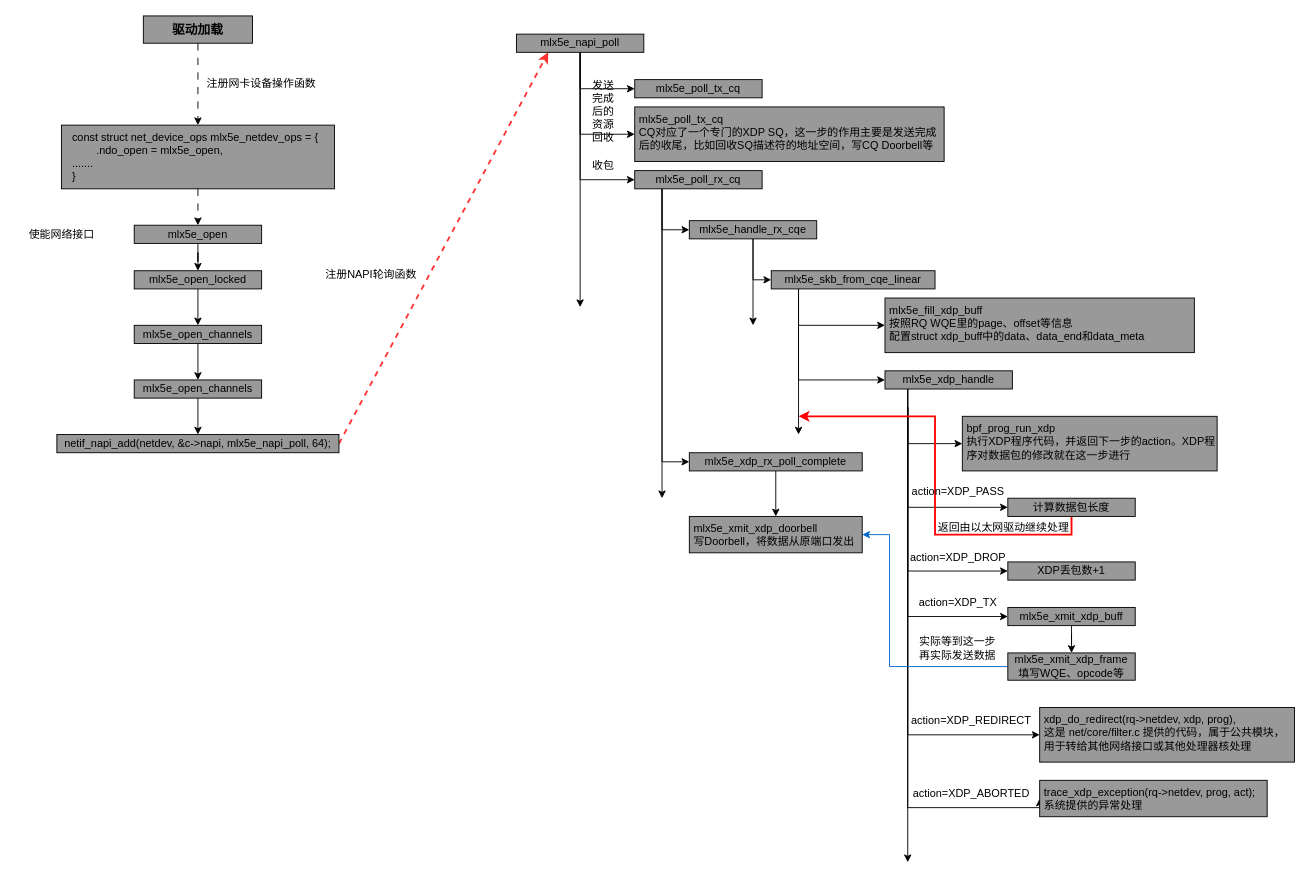
Earlier version of the draw.io diagram ebpf.drawio (wehyy/my-world). Source tidied: cells renumbered, new cells numbered last; positions are measured from the earlier drawing's top-left corner, leaving out a move shared by most shapes. Both pictures are drawn from the tidied source at 91%, with x=0, y=0 at pixel (15, 15).
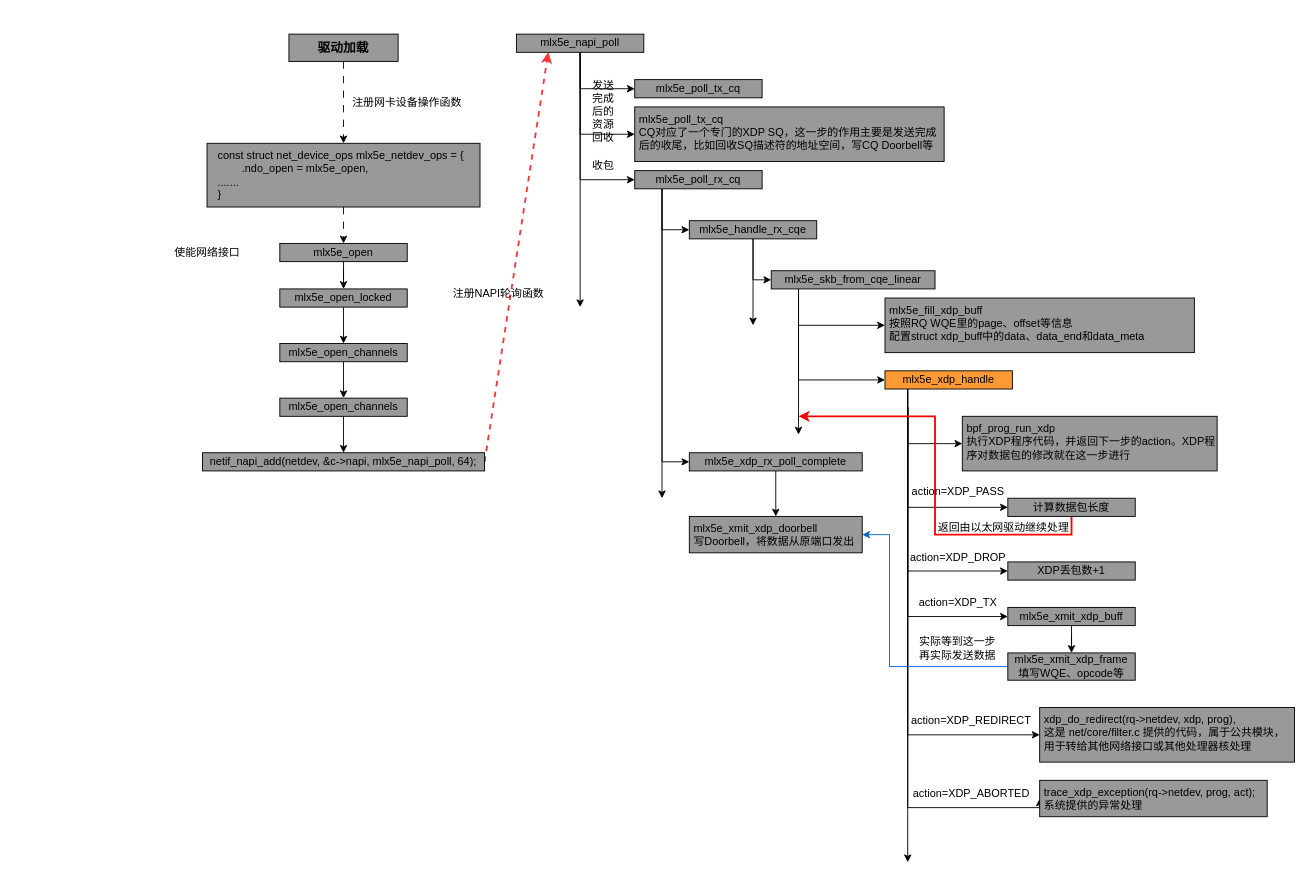
The same page after the edit.

Diff of the diagram source:
```diff
@@
     <mxCell id="3" value="&lt;font style=&quot;font-size: 14px;&quot;&gt;&lt;b&gt;驱动加载&lt;/b&gt;&lt;/font&gt;" style="rounded=0;whiteSpace=wrap;html=1;fillColor=#999999;" parent="1" vertex="1">
-      <mxGeometry x="140" width="120" height="30" as="geometry" />
+      <mxGeometry x="300" y="20" width="120" height="30" as="geometry" />
     </mxCell>
     <mxCell id="4" style="rounded=0;whiteSpace=wrap;html=1;fillColor=#999999;strokeColor=default;align=center;verticalAlign=middle;fontFamily=Helvetica;fontSize=12;fontColor=default;" parent="1" vertex="1">
-      <mxGeometry x="50" y="120" width="300" height="70" as="geometry" />
+      <mxGeometry x="210" y="140" width="300" height="70" as="geometry" />
     </mxCell>
@@
     <mxCell id="6" value="const struct net_device_ops mlx5e_netdev_ops = {&lt;div&gt;&lt;span style=&quot;white-space: pre;&quot;&gt;&#9;&lt;/span&gt;.ndo_open = mlx5e_open,&lt;/div&gt;&lt;div&gt;.......&lt;/div&gt;&lt;div&gt;}&lt;/div&gt;" style="text;html=1;align=left;verticalAlign=middle;whiteSpace=wrap;rounded=0;fontFamily=Helvetica;fontSize=12;fontColor=default;" parent="1" vertex="1">
-      <mxGeometry x="60" y="120" width="280" height="70" as="geometry" />
+      <mxGeometry x="220" y="140" width="280" height="70" as="geometry" />
     </mxCell>
     <mxCell id="7" value="注册网卡设备操作函数" style="text;strokeColor=none;align=center;fillColor=none;html=1;verticalAlign=middle;whiteSpace=wrap;rounded=0;fontFamily=Helvetica;fontSize=12;fontColor=default;" parent="1" vertex="1">
-      <mxGeometry x="200" y="60" width="140" height="30" as="geometry" />
+      <mxGeometry x="360" y="80" width="140" height="30" as="geometry" />
     </mxCell>
@@
     <mxCell id="9" value="mlx5e_open" style="rounded=0;whiteSpace=wrap;html=1;fillColor=#999999;strokeColor=default;align=center;verticalAlign=middle;fontFamily=Helvetica;fontSize=12;fontColor=default;" parent="1" vertex="1">
-      <mxGeometry x="130" y="230" width="140" height="20" as="geometry" />
+      <mxGeometry x="290" y="250" width="140" height="20" as="geometry" />
     </mxCell>
@@
     <mxCell id="11" value="mlx5e_open_locked" style="rounded=0;whiteSpace=wrap;html=1;fillColor=#999999;strokeColor=default;align=center;verticalAlign=middle;fontFamily=Helvetica;fontSize=12;fontColor=default;" parent="1" vertex="1">
-      <mxGeometry x="130" y="280" width="140" height="20" as="geometry" />
+      <mxGeometry x="290" y="300" width="140" height="20" as="geometry" />
     </mxCell>
@@
     <mxCell id="13" value="mlx5e_open_channels" style="rounded=0;whiteSpace=wrap;html=1;fillColor=#999999;strokeColor=default;align=center;verticalAlign=middle;fontFamily=Helvetica;fontSize=12;fontColor=default;" parent="1" vertex="1">
-      <mxGeometry x="130" y="340" width="140" height="20" as="geometry" />
+      <mxGeometry x="290" y="360" width="140" height="20" as="geometry" />
     </mxCell>
@@
     <mxCell id="15" value="mlx5e_open_channels" style="rounded=0;whiteSpace=wrap;html=1;fillColor=#999999;strokeColor=default;align=center;verticalAlign=middle;fontFamily=Helvetica;fontSize=12;fontColor=default;" parent="1" vertex="1">
-      <mxGeometry x="130" y="400" width="140" height="20" as="geometry" />
+      <mxGeometry x="290" y="420" width="140" height="20" as="geometry" />
     </mxCell>
@@
     <mxCell id="17" value="netif_napi_add(netdev, &amp;amp;c-&amp;gt;napi, mlx5e_napi_poll, 64);" style="rounded=0;whiteSpace=wrap;html=1;fillColor=#999999;strokeColor=default;align=center;verticalAlign=middle;fontFamily=Helvetica;fontSize=12;fontColor=default;" parent="1" vertex="1">
-      <mxGeometry x="45" y="460" width="310" height="20" as="geometry" />
+      <mxGeometry x="205" y="480" width="310" height="20" as="geometry" />
     </mxCell>
     <mxCell id="18" value="使能网络接口" style="text;html=1;align=center;verticalAlign=middle;strokeColor=none;fillColor=none;fontFamily=Helvetica;fontSize=12;fontColor=default;" parent="1" vertex="1">
-      <mxGeometry y="225" width="100" height="30" as="geometry" />
+      <mxGeometry x="160" y="245" width="100" height="30" as="geometry" />
     </mxCell>
@@
-    <mxCell id="47" value="mlx5e_xdp_handle" style="rounded=0;whiteSpace=wrap;html=1;fillColor=#999999;strokeColor=default;align=center;verticalAlign=middle;fontFamily=Helvetica;fontSize=12;fontColor=default;" parent="1" vertex="1">
+    <mxCell id="47" value="mlx5e_xdp_handle" style="rounded=0;whiteSpace=wrap;html=1;fillColor=#FF9933;strokeColor=default;align=center;verticalAlign=middle;fontFamily=Helvetica;fontSize=12;fontColor=default;" parent="1" vertex="1">
       <mxGeometry x="955" y="390" width="140" height="20" as="geometry" />
     </mxCell>
@@
     <mxCell id="68" value="注册NAPI轮询函数" style="text;html=1;align=center;verticalAlign=middle;strokeColor=none;fillColor=none;fontFamily=Helvetica;fontSize=12;fontColor=default;" parent="1" vertex="1">
-      <mxGeometry x="330" y="270" width="120" height="30" as="geometry" />
+      <mxGeometry x="470" y="290" width="120" height="30" as="geometry" />
     </mxCell>
```
